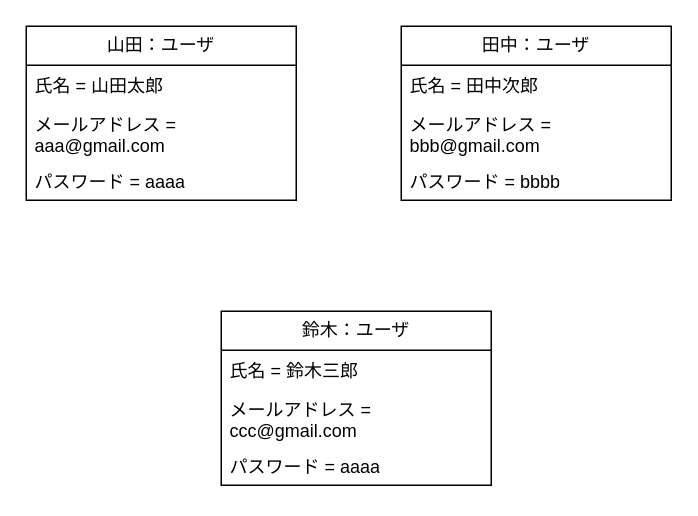
The draw.io diagram 概念モデル/01_アカウント情報の登録をする/アカウント情報の登録をする.drawio in tawainfer/scorpio, before the edit. Source tidied: cells renumbered, new cells numbered last; positions are measured from the earlier drawing's top-left corner, leaving out a move shared by most shapes. Both pictures are drawn from the tidied source at 150%, with x=0, y=0 at pixel (26, 26).
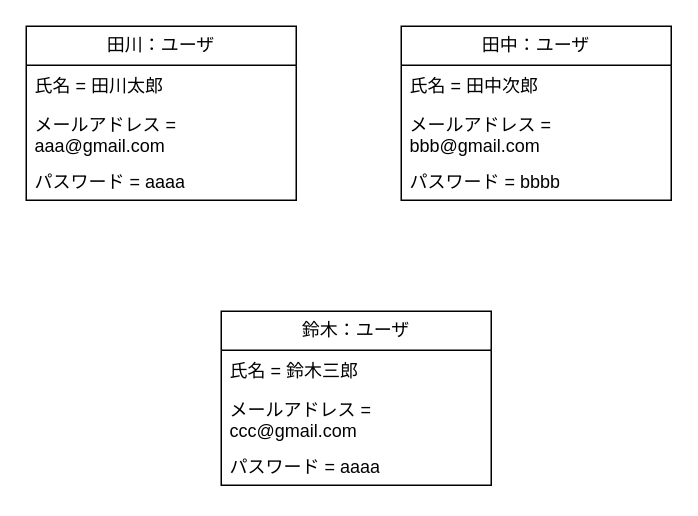
The same page after the edit.

The edit, as a diff of the source:
```diff
@@
 <mxGraphModel>
   <root>
     <mxCell id="0" />
     <mxCell id="1" parent="0" />
-    <mxCell id="2" value="山田：ユーザ" style="swimlane;fontStyle=0;horizontal=1;startSize=26;fillColor=none;whiteSpace=wrap;html=1;" parent="1" vertex="1">
+    <mxCell id="2" value="田川：ユーザ" style="swimlane;fontStyle=0;horizontal=1;startSize=26;fillColor=none;whiteSpace=wrap;html=1;" parent="1" vertex="1">
       <mxGeometry width="180" height="116" as="geometry" />
     </mxCell>
-    <mxCell id="3" value="氏名 = 山田太郎" style="text;strokeColor=none;fillColor=none;align=left;verticalAlign=top;spacingLeft=4;spacingRight=4;overflow=hidden;whiteSpace=wrap;html=1;" parent="2" vertex="1">
+    <mxCell id="3" value="氏名 = 田川太郎" style="text;strokeColor=none;fillColor=none;align=left;verticalAlign=top;spacingLeft=4;spacingRight=4;overflow=hidden;whiteSpace=wrap;html=1;" parent="2" vertex="1">
       <mxGeometry y="26" width="180" height="26" as="geometry" />
     </mxCell>
     <mxCell id="4" value="メールアドレス = aaa@gmail.com" style="text;strokeColor=none;fillColor=none;align=left;verticalAlign=top;spacingLeft=4;spacingRight=4;overflow=hidden;whiteSpace=wrap;html=1;" parent="2" vertex="1">
       <mxGeometry y="52" width="180" height="38" as="geometry" />
     </mxCell>
     <mxCell id="5" value="パスワード = aaaa" style="text;strokeColor=none;fillColor=none;align=left;verticalAlign=top;spacingLeft=4;spacingRight=4;overflow=hidden;whiteSpace=wrap;html=1;" parent="2" vertex="1">
       <mxGeometry y="90" width="180" height="26" as="geometry" />
     </mxCell>
     <mxCell id="6" value="田中：ユーザ" style="swimlane;fontStyle=0;horizontal=1;startSize=26;fillColor=none;whiteSpace=wrap;html=1;" parent="1" vertex="1">
       <mxGeometry x="250" width="180" height="116" as="geometry" />
     </mxCell>
     <mxCell id="7" value="氏名 = 田中次郎" style="text;strokeColor=none;fillColor=none;align=left;verticalAlign=top;spacingLeft=4;spacingRight=4;overflow=hidden;whiteSpace=wrap;html=1;" parent="6" vertex="1">
       <mxGeometry y="26" width="180" height="26" as="geometry" />
     </mxCell>
     <mxCell id="8" value="メールアドレス = bbb@gmail.com" style="text;strokeColor=none;fillColor=none;align=left;verticalAlign=top;spacingLeft=4;spacingRight=4;overflow=hidden;whiteSpace=wrap;html=1;" parent="6" vertex="1">
       <mxGeometry y="52" width="180" height="38" as="geometry" />
     </mxCell>
     <mxCell id="9" value="パスワード = bbbb" style="text;strokeColor=none;fillColor=none;align=left;verticalAlign=top;spacingLeft=4;spacingRight=4;overflow=hidden;whiteSpace=wrap;html=1;" parent="6" vertex="1">
       <mxGeometry y="90" width="180" height="26" as="geometry" />
     </mxCell>
     <mxCell id="10" value="鈴木：ユーザ" style="swimlane;fontStyle=0;horizontal=1;startSize=26;fillColor=none;whiteSpace=wrap;html=1;" parent="1" vertex="1">
       <mxGeometry x="130" y="190" width="180" height="116" as="geometry" />
     </mxCell>
     <mxCell id="11" value="氏名 = 鈴木三郎" style="text;strokeColor=none;fillColor=none;align=left;verticalAlign=top;spacingLeft=4;spacingRight=4;overflow=hidden;whiteSpace=wrap;html=1;" parent="10" vertex="1">
       <mxGeometry y="26" width="180" height="26" as="geometry" />
     </mxCell>
     <mxCell id="12" value="メールアドレス = ccc@gmail.com" style="text;strokeColor=none;fillColor=none;align=left;verticalAlign=top;spacingLeft=4;spacingRight=4;overflow=hidden;whiteSpace=wrap;html=1;" parent="10" vertex="1">
       <mxGeometry y="52" width="180" height="38" as="geometry" />
     </mxCell>
     <mxCell id="13" value="パスワード = aaaa" style="text;strokeColor=none;fillColor=none;align=left;verticalAlign=top;spacingLeft=4;spacingRight=4;overflow=hidden;whiteSpace=wrap;html=1;" parent="10" vertex="1">
       <mxGeometry y="90" width="180" height="26" as="geometry" />
     </mxCell>
   </root>
 </mxGraphModel>
```
